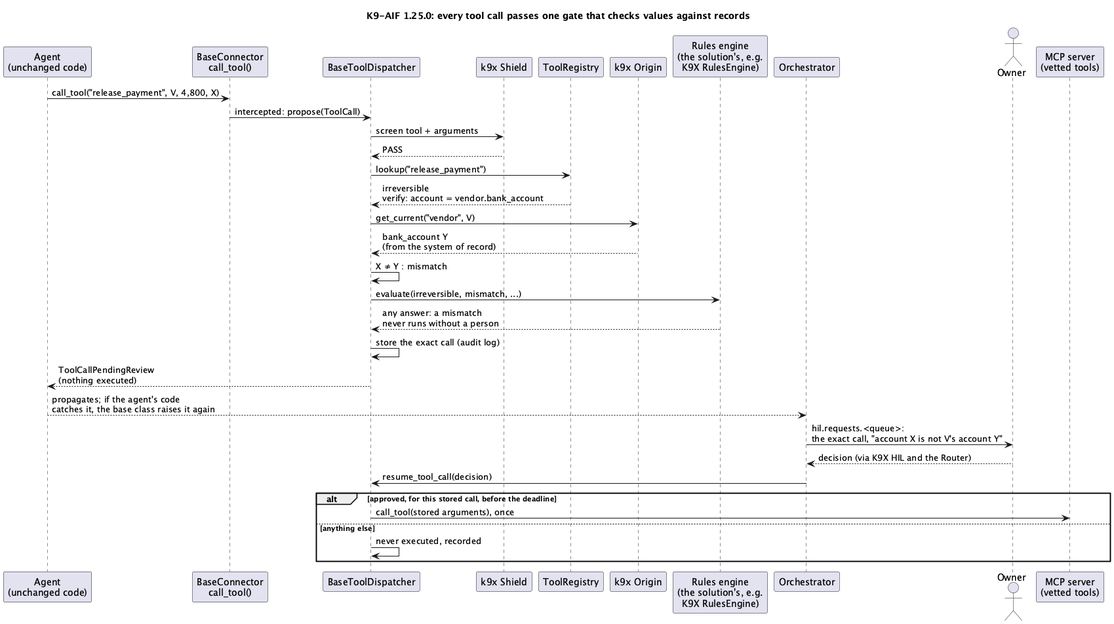
k9aif/k9-aif-blogs keeps this PlantUML diagram as assets/images/blogs/hil-review-planned.png. Above is the earlier version.
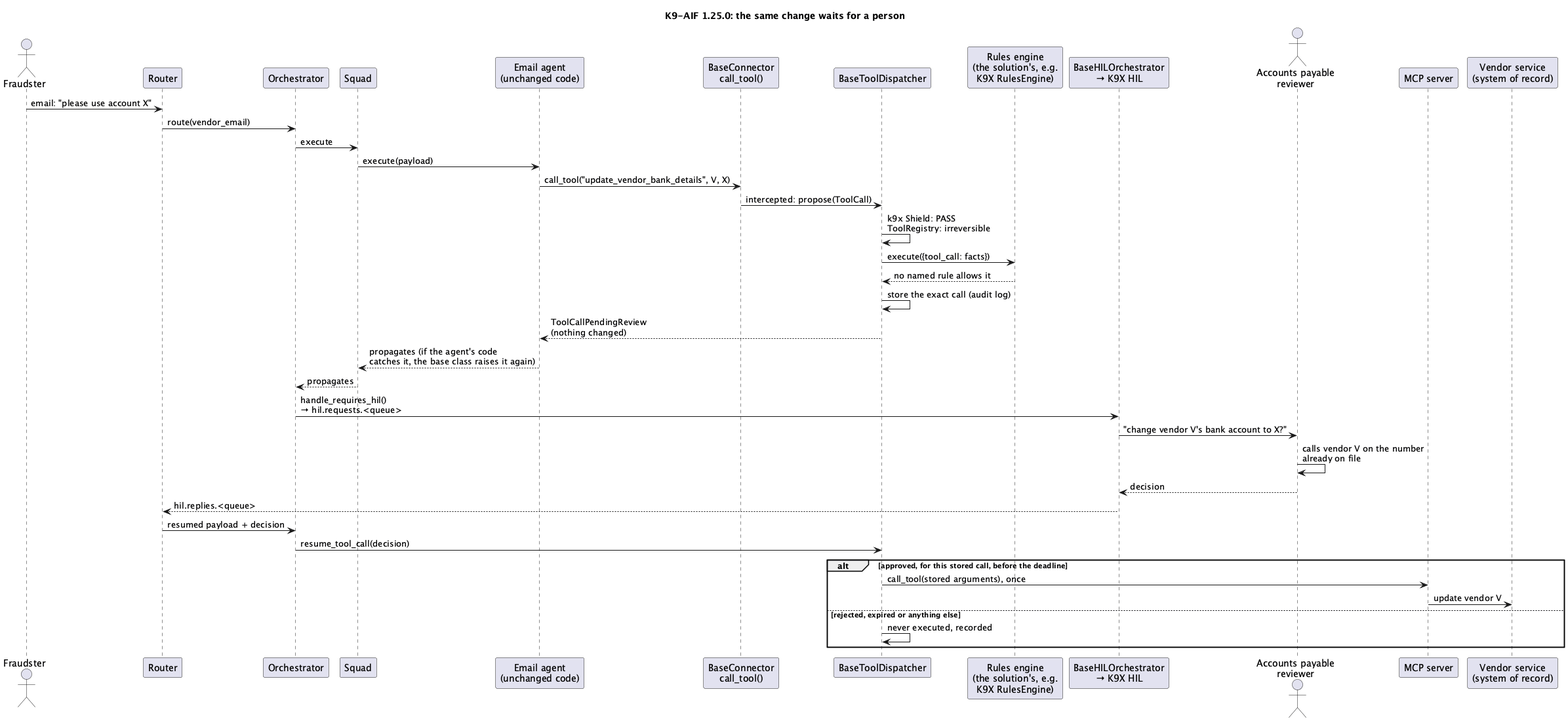
Later version of the same file.

Change to the diagram source:
```diff
@@ -1,38 +1,44 @@
 @startuml hil-review-planned
-title K9-AIF 1.25.0: every tool call passes one gate that checks values against records
+title K9-AIF 1.25.0: the same change waits for a person
 
-participant "Agent\n(unchanged code)" as A
+actor "Fraudster" as F
+participant "Router" as R
+participant "Orchestrator" as O
+participant "Squad" as S
+participant "Email agent\n(unchanged code)" as A
 participant "BaseConnector\ncall_tool()" as C
 participant "BaseToolDispatcher" as D
-participant "k9x Shield" as SE
-participant "ToolRegistry" as R
-participant "k9x Origin" as OR
 participant "Rules engine\n(the solution's, e.g.\nK9X RulesEngine)" as RU
-participant "Orchestrator" as O
-actor "Owner" as V
-participant "MCP server\n(vetted tools)" as T
+participant "BaseHILOrchestrator\n→ K9X HIL" as H
+actor "Accounts payable\nreviewer" as V
+participant "MCP server" as T
+participant "Vendor service\n(system of record)" as VS
 
-A -> C : call_tool("release_payment", V, 4,800, X)
+F -> R : email: "please use account X"
+R -> O : route(vendor_email)
+O -> S : execute
+S -> A : execute(payload)
+A -> C : call_tool("update_vendor_bank_details", V, X)
 C -> D : intercepted: propose(ToolCall)
-D -> SE : screen tool + arguments
-SE --> D : PASS
-D -> R : lookup("release_payment")
-R --> D : irreversible\nverify: account = vendor.bank_account
-D -> OR : get_current("vendor", V)
-OR --> D : bank_account Y\n(from the system of record)
-D -> D : X ≠ Y : mismatch
-D -> RU : evaluate(irreversible, mismatch, ...)
-RU --> D : any answer: a mismatch\nnever runs without a person
+D -> D : k9x Shield: PASS\nToolRegistry: irreversible
+D -> RU : execute({tool_call: facts})
+RU --> D : no named rule allows it
 D -> D : store the exact call (audit log)
-D --> A : ToolCallPendingReview\n(nothing executed)
-A --> O : propagates; if the agent's code\ncatches it, the base class raises it again
-O -> V : hil.requests.<queue>:\nthe exact call, "account X is not V's account Y"
-V --> O : decision (via K9X HIL and the Router)
+D --> A : ToolCallPendingReview\n(nothing changed)
+A --> S : propagates (if the agent's code\ncatches it, the base class raises it again)
+S --> O : propagates
+O -> H : handle_requires_hil()\n→ hil.requests.<queue>
+H -> V : "change vendor V's bank account to X?"
+V -> V : calls vendor V on the number\nalready on file
+V --> H : decision
+H --> R : hil.replies.<queue>
+R -> O : resumed payload + decision
 O -> D : resume_tool_call(decision)
 
 alt approved, for this stored call, before the deadline
   D -> T : call_tool(stored arguments), once
-else anything else
+  T -> VS : update vendor V
+else rejected, expired or anything else
   D -> D : never executed, recorded
 end
 @enduml
```
